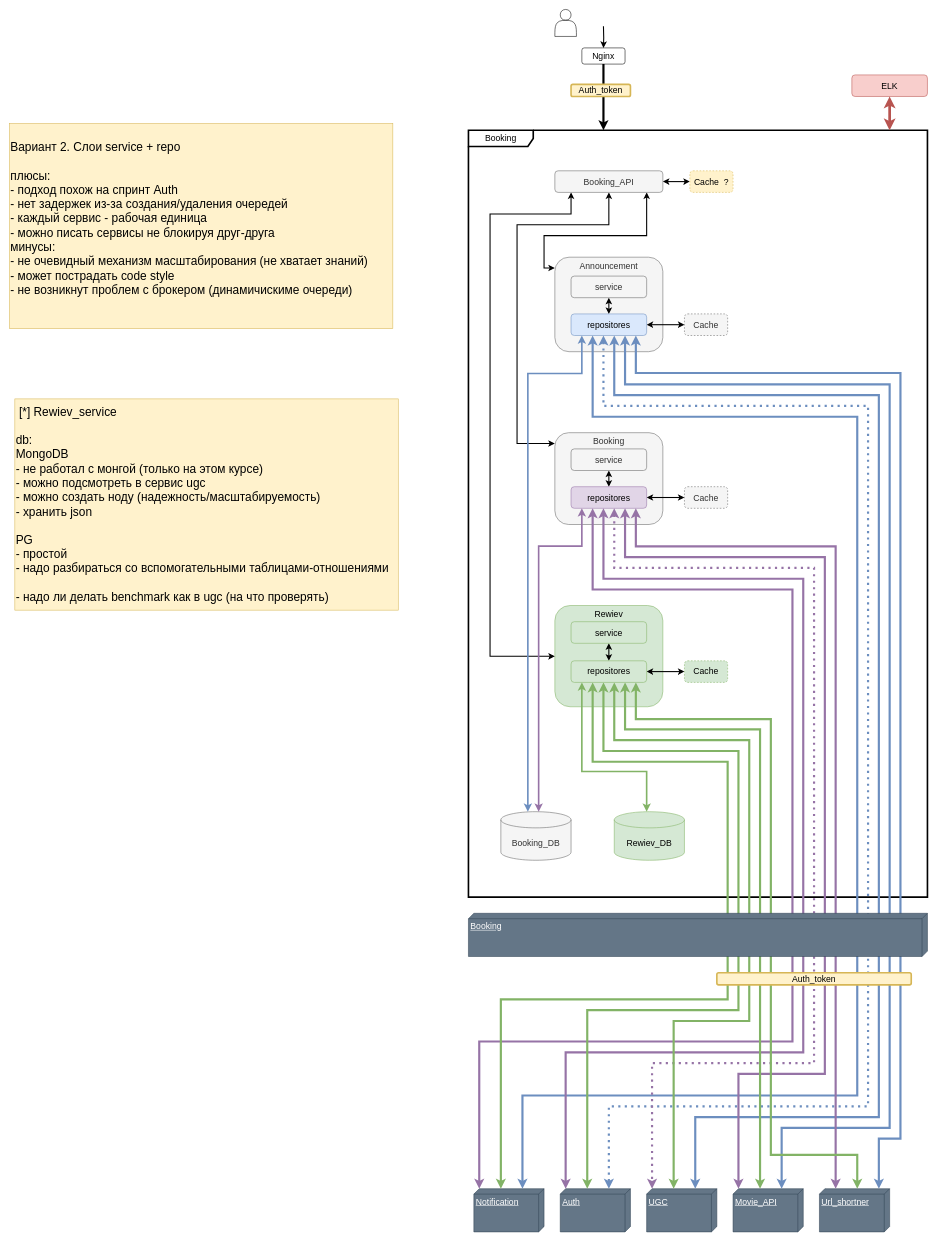
Earlier version of the draw.io diagram docs/scheme/to_be/2_layers_Auth_likes.drawio (GA10v/booking_service). Source tidied: cells renumbered, new cells numbered last; positions are measured from the earlier drawing's top-left corner, leaving out a move shared by most shapes. Both pictures are drawn from the tidied source at 54%, with x=0, y=0 at pixel (9, 9).
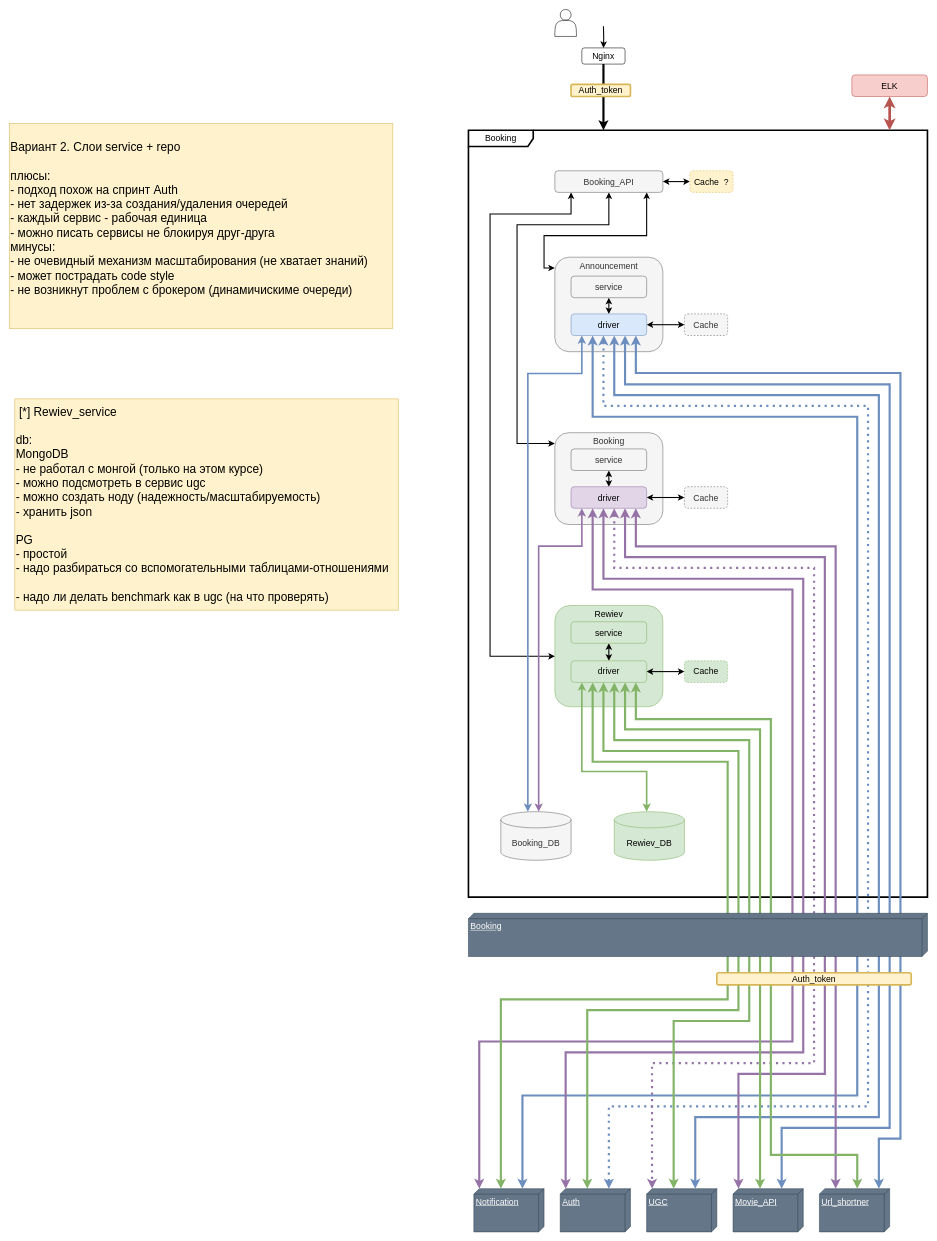
The same page after the edit.

Diff of the diagram source:
```diff
@@
-    <mxCell id="34" value="repositores" style="rounded=1;whiteSpace=wrap;html=1;fontSize=16;fillColor=#dae8fc;strokeColor=#6c8ebf;" parent="1" vertex="1">
+    <mxCell id="34" value="driver" style="rounded=1;whiteSpace=wrap;html=1;fontSize=16;fillColor=#dae8fc;strokeColor=#6c8ebf;" parent="1" vertex="1">
       <mxGeometry x="1040" y="563.8" width="140" height="40" as="geometry" />
     </mxCell>
@@
-    <mxCell id="45" value="repositores" style="rounded=1;whiteSpace=wrap;html=1;fontSize=16;fillColor=#e1d5e7;strokeColor=#9673a6;" parent="1" vertex="1">
+    <mxCell id="45" value="driver" style="rounded=1;whiteSpace=wrap;html=1;fontSize=16;fillColor=#e1d5e7;strokeColor=#9673a6;" parent="1" vertex="1">
       <mxGeometry x="1040" y="883.8" width="140" height="40" as="geometry" />
     </mxCell>
@@
-    <mxCell id="55" value="repositores" style="rounded=1;whiteSpace=wrap;html=1;fontSize=16;fillColor=#d5e8d4;strokeColor=#82b366;" parent="1" vertex="1">
+    <mxCell id="55" value="driver" style="rounded=1;whiteSpace=wrap;html=1;fontSize=16;fillColor=#d5e8d4;strokeColor=#82b366;" parent="1" vertex="1">
       <mxGeometry x="1040" y="1206.2" width="140" height="40" as="geometry" />
     </mxCell>
```
